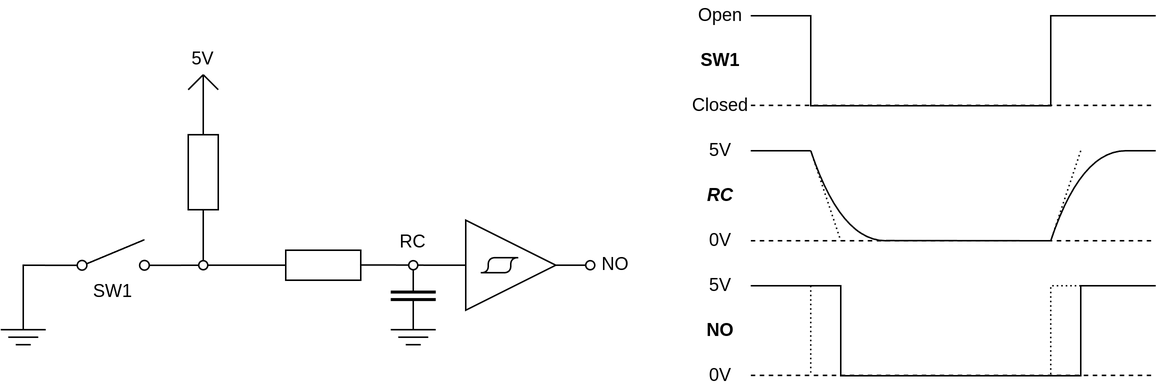
Earlier version of the draw.io export documentation/paper/images/drawio/switch_debounce.png (kantholz44mm/cpu). Source tidied: cells renumbered, new cells last; positions are measured from the earlier drawing's top-left corner, leaving out a move shared by most shapes.
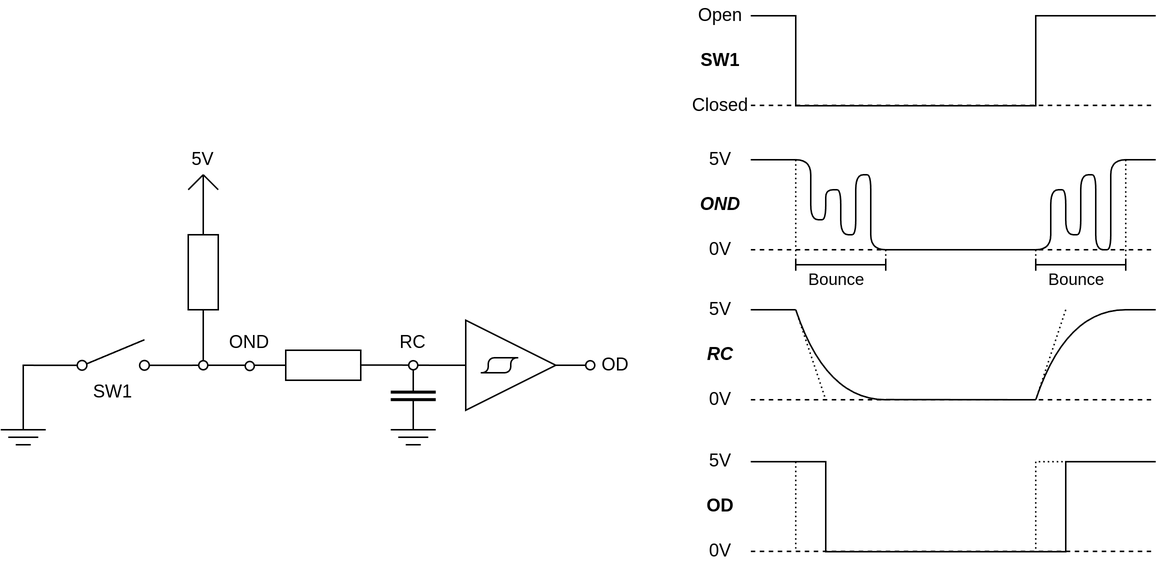
After the change.

The edit, as a diff of the source:
```diff
@@ -4,38 +4,38 @@
     <mxCell id="1" parent="0" />
     <mxCell id="2" style="endArrow=none;html=1;rounded=0;curved=0;" parent="1" edge="1">
       <mxGeometry relative="1" as="geometry">
-        <mxPoint x="500" y="10" as="sourcePoint" />
-        <mxPoint x="770" y="10" as="targetPoint" />
+        <mxPoint x="500" y="-56.7" as="sourcePoint" />
+        <mxPoint x="770" y="-56.7" as="targetPoint" />
         <Array as="points">
-          <mxPoint x="540" y="10" />
-          <mxPoint x="540" y="70" />
-          <mxPoint x="700" y="70" />
-          <mxPoint x="700" y="10" />
+          <mxPoint x="530" y="-56.7" />
+          <mxPoint x="530" y="3.3" />
+          <mxPoint x="690" y="3.3" />
+          <mxPoint x="690" y="-56.7" />
         </Array>
       </mxGeometry>
     </mxCell>
     <mxCell id="3" value="Open" style="text;html=1;align=center;verticalAlign=middle;whiteSpace=wrap;rounded=0;" parent="1" vertex="1">
-      <mxGeometry x="450" width="60" height="20" as="geometry" />
+      <mxGeometry x="450" y="-66.7" width="60" height="20" as="geometry" />
     </mxCell>
     <mxCell id="4" value="Closed" style="text;html=1;align=center;verticalAlign=middle;whiteSpace=wrap;rounded=0;" parent="1" vertex="1">
-      <mxGeometry x="450" y="60" width="60" height="20" as="geometry" />
+      <mxGeometry x="450" y="-6.7" width="60" height="20" as="geometry" />
     </mxCell>
     <mxCell id="5" style="endArrow=none;dashed=1;html=1;startArrow=none;startFill=0;endFill=0;" parent="1" edge="1">
       <mxGeometry relative="1" as="geometry">
-        <mxPoint x="500" y="160" as="sourcePoint" />
-        <mxPoint x="770" y="160" as="targetPoint" />
+        <mxPoint x="500" y="199.3" as="sourcePoint" />
+        <mxPoint x="770" y="199.3" as="targetPoint" />
       </mxGeometry>
     </mxCell>
     <mxCell id="6" value="5V" style="text;html=1;align=center;verticalAlign=middle;whiteSpace=wrap;rounded=0;" parent="1" vertex="1">
-      <mxGeometry x="450" y="90" width="60" height="20" as="geometry" />
+      <mxGeometry x="450" y="129.3" width="60" height="20" as="geometry" />
     </mxCell>
     <mxCell id="7" value="0V" style="text;html=1;align=center;verticalAlign=middle;whiteSpace=wrap;rounded=0;" parent="1" vertex="1">
-      <mxGeometry x="450" y="150" width="60" height="20" as="geometry" />
+      <mxGeometry x="450" y="189.3" width="60" height="20" as="geometry" />
     </mxCell>
     <mxCell id="8" style="endArrow=none;dashed=1;html=1;startArrow=none;startFill=0;endFill=0;" parent="1" edge="1">
       <mxGeometry relative="1" as="geometry">
-        <mxPoint x="500" y="69.8" as="sourcePoint" />
-        <mxPoint x="770" y="69.8" as="targetPoint" />
+        <mxPoint x="500" y="3.1" as="sourcePoint" />
+        <mxPoint x="770" y="3.1" as="targetPoint" />
       </mxGeometry>
     </mxCell>
     <mxCell id="9" style="rounded=0;whiteSpace=wrap;html=1;" parent="1" vertex="1">
@@ -112,10 +112,10 @@
       <mxGeometry x="105" y="29.3" width="60" height="20" as="geometry" />
     </mxCell>
     <mxCell id="23" value="RC" style="text;html=1;align=center;verticalAlign=middle;whiteSpace=wrap;rounded=0;fontStyle=3;" parent="1" vertex="1">
-      <mxGeometry x="450" y="120" width="60" height="20" as="geometry" />
+      <mxGeometry x="450" y="159.3" width="60" height="20" as="geometry" />
     </mxCell>
     <mxCell id="24" value="SW1" style="text;html=1;align=center;verticalAlign=middle;whiteSpace=wrap;rounded=0;fontStyle=1;" parent="1" vertex="1">
-      <mxGeometry x="450" y="30" width="60" height="20" as="geometry" />
+      <mxGeometry x="450" y="-36.7" width="60" height="20" as="geometry" />
     </mxCell>
     <mxCell id="25" style="rounded=0;whiteSpace=wrap;html=1;" parent="1" vertex="1">
       <mxGeometry x="190" y="166.3" width="50" height="20" as="geometry" />
@@ -179,24 +179,24 @@
     <mxCell id="36" style="ellipse;whiteSpace=wrap;html=1;" parent="1" vertex="1">
       <mxGeometry x="272" y="173.3" width="6" height="6" as="geometry" />
     </mxCell>
-    <mxCell id="37" value="NO" style="text;html=1;align=center;verticalAlign=middle;whiteSpace=wrap;rounded=0;" parent="1" vertex="1">
+    <mxCell id="37" value="OD" style="text;html=1;align=center;verticalAlign=middle;whiteSpace=wrap;rounded=0;" parent="1" vertex="1">
       <mxGeometry x="380" y="161.3" width="60" height="30" as="geometry" />
     </mxCell>
     <mxCell id="38" style="endArrow=none;html=1;rounded=0;curved=1;" parent="1" edge="1">
       <mxGeometry relative="1" as="geometry">
-        <mxPoint x="540" y="100" as="sourcePoint" />
-        <mxPoint x="590" y="160" as="targetPoint" />
+        <mxPoint x="530" y="139.3" as="sourcePoint" />
+        <mxPoint x="590" y="199.3" as="targetPoint" />
         <Array as="points">
-          <mxPoint x="560" y="160" />
+          <mxPoint x="550" y="199.3" />
         </Array>
       </mxGeometry>
     </mxCell>
     <mxCell id="39" style="endArrow=none;html=1;rounded=0;curved=1;" parent="1" edge="1">
       <mxGeometry relative="1" as="geometry">
-        <mxPoint x="700" y="160" as="sourcePoint" />
-        <mxPoint x="750" y="100" as="targetPoint" />
+        <mxPoint x="690" y="199.3" as="sourcePoint" />
+        <mxPoint x="750" y="139.3" as="targetPoint" />
         <Array as="points">
-          <mxPoint x="720" y="100" />
+          <mxPoint x="710" y="139.3" />
         </Array>
       </mxGeometry>
     </mxCell>
@@ -205,74 +205,169 @@
     </mxCell>
     <mxCell id="41" style="endArrow=none;html=1;exitX=0.833;exitY=0.5;exitDx=0;exitDy=0;exitPerimeter=0;" parent="1" edge="1" source="6">
       <mxGeometry relative="1" as="geometry">
-        <mxPoint x="540" y="100" as="targetPoint" />
+        <mxPoint x="530" y="139.3" as="targetPoint" />
       </mxGeometry>
     </mxCell>
     <mxCell id="42" style="endArrow=none;html=1;exitX=0.833;exitY=0.5;exitDx=0;exitDy=0;exitPerimeter=0;" parent="1" edge="1">
       <mxGeometry relative="1" as="geometry">
-        <mxPoint x="590" y="159.9" as="sourcePoint" />
-        <mxPoint x="700" y="160" as="targetPoint" />
+        <mxPoint x="590" y="199.2" as="sourcePoint" />
+        <mxPoint x="690" y="199.3" as="targetPoint" />
       </mxGeometry>
     </mxCell>
     <mxCell id="43" style="endArrow=none;html=1;" parent="1" edge="1">
       <mxGeometry relative="1" as="geometry">
-        <mxPoint x="750" y="100" as="sourcePoint" />
-        <mxPoint x="770" y="100" as="targetPoint" />
+        <mxPoint x="750" y="139.3" as="sourcePoint" />
+        <mxPoint x="770" y="139.3" as="targetPoint" />
       </mxGeometry>
     </mxCell>
     <mxCell id="44" style="endArrow=none;html=1;rounded=0;curved=0;" parent="1" edge="1">
       <mxGeometry relative="1" as="geometry">
-        <mxPoint x="500" y="190" as="sourcePoint" />
-        <mxPoint x="770" y="190" as="targetPoint" />
+        <mxPoint x="500" y="240.6" as="sourcePoint" />
+        <mxPoint x="770" y="240.6" as="targetPoint" />
         <Array as="points">
-          <mxPoint x="560" y="190" />
-          <mxPoint x="560" y="250" />
-          <mxPoint x="720" y="250" />
-          <mxPoint x="720" y="190" />
+          <mxPoint x="550" y="240.6" />
+          <mxPoint x="550" y="300.6" />
+          <mxPoint x="710" y="300.6" />
+          <mxPoint x="710" y="240.6" />
         </Array>
       </mxGeometry>
     </mxCell>
     <mxCell id="45" value="5V" style="text;html=1;align=center;verticalAlign=middle;whiteSpace=wrap;rounded=0;" parent="1" vertex="1">
-      <mxGeometry x="450" y="180" width="60" height="20" as="geometry" />
+      <mxGeometry x="450" y="230.6" width="60" height="20" as="geometry" />
     </mxCell>
     <mxCell id="46" value="0V" style="text;html=1;align=center;verticalAlign=middle;whiteSpace=wrap;rounded=0;" parent="1" vertex="1">
-      <mxGeometry x="450" y="240" width="60" height="20" as="geometry" />
+      <mxGeometry x="450" y="290.6" width="60" height="20" as="geometry" />
     </mxCell>
     <mxCell id="47" style="endArrow=none;dashed=1;html=1;startArrow=none;startFill=0;endFill=0;" parent="1" edge="1">
       <mxGeometry relative="1" as="geometry">
-        <mxPoint x="500" y="249.8" as="sourcePoint" />
-        <mxPoint x="770" y="249.8" as="targetPoint" />
+        <mxPoint x="500" y="300.4" as="sourcePoint" />
+        <mxPoint x="770" y="300.4" as="targetPoint" />
       </mxGeometry>
     </mxCell>
-    <mxCell id="48" value="NO" style="text;html=1;align=center;verticalAlign=middle;whiteSpace=wrap;rounded=0;fontStyle=1;" parent="1" vertex="1">
-      <mxGeometry x="450" y="210" width="60" height="20" as="geometry" />
+    <mxCell id="48" value="OD" style="text;html=1;align=center;verticalAlign=middle;whiteSpace=wrap;rounded=0;fontStyle=1;" parent="1" vertex="1">
+      <mxGeometry x="450" y="260.6" width="60" height="20" as="geometry" />
     </mxCell>
     <mxCell id="49" style="endArrow=none;dashed=1;html=1;startArrow=none;startFill=0;endFill=0;dashPattern=1 2;" parent="1" edge="1">
       <mxGeometry relative="1" as="geometry">
-        <mxPoint x="540" y="100" as="sourcePoint" />
-        <mxPoint x="560" y="160" as="targetPoint" />
+        <mxPoint x="530" y="139.3" as="sourcePoint" />
+        <mxPoint x="550" y="199.3" as="targetPoint" />
       </mxGeometry>
     </mxCell>
     <mxCell id="50" style="endArrow=none;dashed=1;html=1;startArrow=none;startFill=0;endFill=0;dashPattern=1 2;" parent="1" edge="1">
       <mxGeometry relative="1" as="geometry">
-        <mxPoint x="720" y="100" as="sourcePoint" />
-        <mxPoint x="700" y="160" as="targetPoint" />
+        <mxPoint x="710" y="139.3" as="sourcePoint" />
+        <mxPoint x="690" y="199.3" as="targetPoint" />
       </mxGeometry>
     </mxCell>
     <mxCell id="51" style="endArrow=none;dashed=1;html=1;startArrow=none;startFill=0;endFill=0;dashPattern=1 2;" parent="1" edge="1">
       <mxGeometry relative="1" as="geometry">
-        <mxPoint x="540" y="190" as="sourcePoint" />
-        <mxPoint x="540" y="250" as="targetPoint" />
+        <mxPoint x="530" y="240.6" as="sourcePoint" />
+        <mxPoint x="530" y="300.6" as="targetPoint" />
       </mxGeometry>
     </mxCell>
     <mxCell id="52" style="endArrow=none;dashed=1;html=1;startArrow=none;startFill=0;endFill=0;dashPattern=1 2;rounded=0;curved=0;" parent="1" edge="1">
       <mxGeometry relative="1" as="geometry">
-        <mxPoint x="720" y="190" as="sourcePoint" />
-        <mxPoint x="700" y="250" as="targetPoint" />
+        <mxPoint x="720" y="240.6" as="sourcePoint" />
+        <mxPoint x="690" y="300.6" as="targetPoint" />
         <Array as="points">
-          <mxPoint x="700" y="190" />
+          <mxPoint x="690" y="240.6" />
         </Array>
       </mxGeometry>
     </mxCell>
+    <mxCell id="53" style="endArrow=none;html=1;rounded=1;curved=0;" parent="1" edge="1">
+      <mxGeometry relative="1" as="geometry">
+        <mxPoint x="500" y="39.3" as="sourcePoint" />
+        <mxPoint x="770" y="39.3" as="targetPoint" />
+        <Array as="points">
+          <mxPoint x="540" y="39.3" />
+          <mxPoint x="540" y="79.3" />
+          <mxPoint x="550" y="79.3" />
+          <mxPoint x="550" y="59.3" />
+          <mxPoint x="560" y="59.3" />
+          <mxPoint x="560" y="89.3" />
+          <mxPoint x="570" y="89.3" />
+          <mxPoint x="570" y="49.3" />
+          <mxPoint x="580" y="49.3" />
+          <mxPoint x="580" y="99.3" />
+          <mxPoint x="700" y="99.3" />
+          <mxPoint x="700" y="59.3" />
+          <mxPoint x="710" y="59.3" />
+          <mxPoint x="710" y="89.3" />
+          <mxPoint x="720" y="89.3" />
+          <mxPoint x="720" y="49.3" />
+          <mxPoint x="730" y="49.3" />
+          <mxPoint x="730" y="99.3" />
+          <mxPoint x="740" y="99.3" />
+          <mxPoint x="740" y="39.3" />
+        </Array>
+      </mxGeometry>
+    </mxCell>
+    <mxCell id="54" style="endArrow=baseDash;html=1;startArrow=baseDash;startFill=0;endFill=0;" parent="1" edge="1">
+      <mxGeometry relative="1" as="geometry">
+        <mxPoint x="530" y="109.3" as="sourcePoint" />
+        <mxPoint x="590" y="109.3" as="targetPoint" />
+      </mxGeometry>
+    </mxCell>
+    <mxCell id="55" value="Bounce" style="edgeLabel;html=1;align=center;verticalAlign=middle;" parent="54" vertex="1">
+      <mxGeometry x="-0.35" y="2" relative="1" as="geometry">
+        <mxPoint x="7" y="12" as="offset" />
+      </mxGeometry>
+    </mxCell>
+    <mxCell id="56" style="endArrow=none;dashed=1;html=1;startArrow=none;startFill=0;endFill=0;" parent="1" edge="1">
+      <mxGeometry relative="1" as="geometry">
+        <mxPoint x="500" y="99.3" as="sourcePoint" />
+        <mxPoint x="770" y="99.3" as="targetPoint" />
+      </mxGeometry>
+    </mxCell>
+    <mxCell id="57" value="5V" style="text;html=1;align=center;verticalAlign=middle;whiteSpace=wrap;rounded=0;" parent="1" vertex="1">
+      <mxGeometry x="450" y="29.3" width="60" height="20" as="geometry" />
+    </mxCell>
+    <mxCell id="58" value="0V" style="text;html=1;align=center;verticalAlign=middle;whiteSpace=wrap;rounded=0;" parent="1" vertex="1">
+      <mxGeometry x="450" y="89.3" width="60" height="20" as="geometry" />
+    </mxCell>
+    <mxCell id="59" style="endArrow=none;dashed=1;html=1;startArrow=none;startFill=0;endFill=0;dashPattern=1 2;" parent="1" edge="1">
+      <mxGeometry relative="1" as="geometry">
+        <mxPoint x="530" y="39.3" as="sourcePoint" />
+        <mxPoint x="530" y="109.3" as="targetPoint" />
+      </mxGeometry>
+    </mxCell>
+    <mxCell id="60" style="endArrow=none;dashed=1;html=1;startArrow=none;startFill=0;endFill=0;dashPattern=1 2;" parent="1" edge="1">
+      <mxGeometry relative="1" as="geometry">
+        <mxPoint x="590" y="99.3" as="sourcePoint" />
+        <mxPoint x="590" y="109.3" as="targetPoint" />
+      </mxGeometry>
+    </mxCell>
+    <mxCell id="61" style="endArrow=baseDash;html=1;startArrow=baseDash;startFill=0;endFill=0;" parent="1" edge="1">
+      <mxGeometry relative="1" as="geometry">
+        <mxPoint x="690" y="109.3" as="sourcePoint" />
+        <mxPoint x="750" y="109.3" as="targetPoint" />
+      </mxGeometry>
+    </mxCell>
+    <mxCell id="62" value="Bounce" style="edgeLabel;html=1;align=center;verticalAlign=middle;" parent="61" vertex="1">
+      <mxGeometry x="-0.35" y="2" relative="1" as="geometry">
+        <mxPoint x="7" y="12" as="offset" />
+      </mxGeometry>
+    </mxCell>
+    <mxCell id="63" style="endArrow=none;dashed=1;html=1;startArrow=none;startFill=0;endFill=0;dashPattern=1 2;" parent="1" edge="1">
+      <mxGeometry relative="1" as="geometry">
+        <mxPoint x="690" y="99.3" as="sourcePoint" />
+        <mxPoint x="690" y="109.3" as="targetPoint" />
+      </mxGeometry>
+    </mxCell>
+    <mxCell id="64" style="endArrow=none;dashed=1;html=1;startArrow=none;startFill=0;endFill=0;dashPattern=1 2;" parent="1" edge="1">
+      <mxGeometry relative="1" as="geometry">
+        <mxPoint x="750" y="39.3" as="sourcePoint" />
+        <mxPoint x="750" y="109.3" as="targetPoint" />
+      </mxGeometry>
+    </mxCell>
+    <mxCell id="65" value="OND" style="text;html=1;align=center;verticalAlign=middle;whiteSpace=wrap;rounded=0;fontStyle=3;" parent="1" vertex="1">
+      <mxGeometry x="450" y="59.3" width="60" height="20" as="geometry" />
+    </mxCell>
+    <mxCell id="66" style="ellipse;whiteSpace=wrap;html=1;" parent="1" vertex="1">
+      <mxGeometry x="163" y="173.8" width="6" height="6" as="geometry" />
+    </mxCell>
+    <mxCell id="67" value="OND" style="text;html=1;align=center;verticalAlign=middle;whiteSpace=wrap;rounded=0;" parent="1" vertex="1">
+      <mxGeometry x="136" y="146.3" width="60" height="30" as="geometry" />
+    </mxCell>
   </root>
 </mxGraphModel>
```
